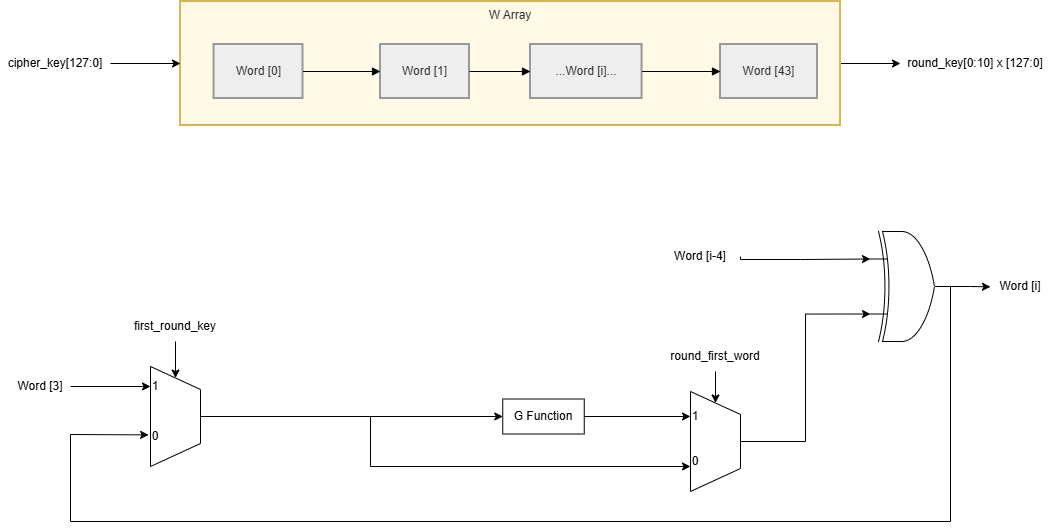
LQLManZz/AES128-Verilog keeps this draw.io diagram as media/AESKeyExpansionLowDes.png. Above is the earlier version. Source tidied: cells renumbered, new cells last; positions are measured from the earlier drawing's top-left corner, leaving out a move shared by most shapes.
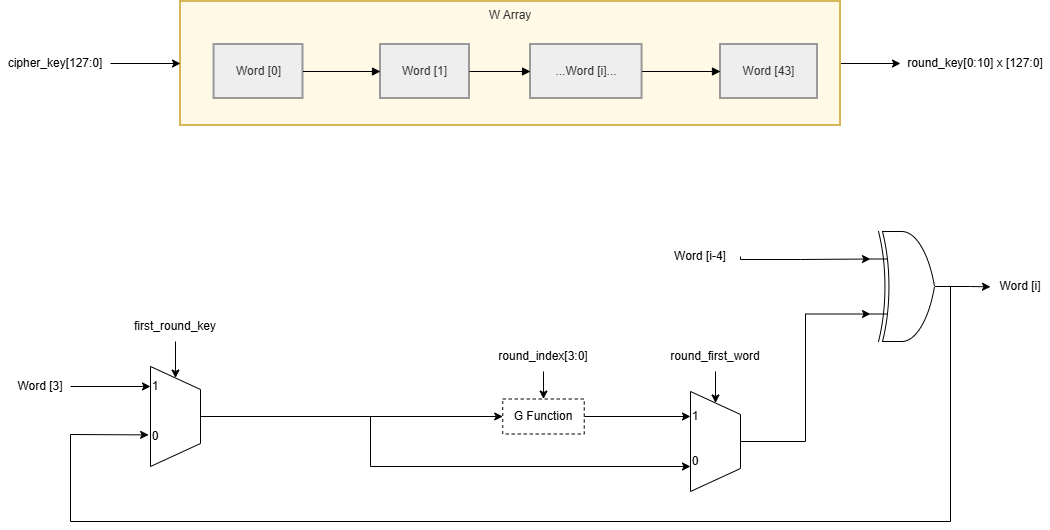
After the commit.

Commit message:
vault backup: 2026-06-16 16:16:46

The edit, as a diff of the source:
```diff
@@ -52,7 +52,7 @@
     <mxCell id="16" style="edgeStyle=orthogonalEdgeStyle;rounded=0;jettySize=auto;html=1;exitX=1;exitY=0.5;exitDx=0;exitDy=0;entryX=0.75;entryY=1;entryDx=0;entryDy=0;" parent="1" edge="1" source="17" target="18">
       <mxGeometry relative="1" as="geometry" />
     </mxCell>
-    <mxCell id="17" value="G Function" style="whiteSpace=wrap;html=1;" parent="1" vertex="1">
+    <mxCell id="17" value="G Function" style="whiteSpace=wrap;html=1;dashed=1;" parent="1" vertex="1">
       <mxGeometry x="502.2" y="397.5" width="81.5" height="35" as="geometry" />
     </mxCell>
     <mxCell id="18" style="verticalLabelPosition=middle;verticalAlign=middle;html=1;shape=trapezoid;perimeter=trapezoidPerimeter;whiteSpace=wrap;size=0.23;arcSize=10;flipV=1;labelPosition=center;align=center;legacyAnchorPoints=0;rotation=-90;" parent="1" vertex="1">
@@ -125,5 +125,11 @@
     <mxCell id="36" style="edgeStyle=orthogonalEdgeStyle;rounded=0;jettySize=auto;html=1;exitX=0.5;exitY=0;exitDx=0;exitDy=0;entryX=0;entryY=0.75;entryDx=0;entryDy=0;entryPerimeter=0;" parent="1" edge="1" source="18" target="20">
       <mxGeometry relative="1" as="geometry" />
     </mxCell>
+    <mxCell id="37" style="edgeStyle=orthogonalEdgeStyle;rounded=0;jettySize=auto;html=1;exitX=0.5;exitY=1;exitDx=0;exitDy=0;entryX=0.5;entryY=0;entryDx=0;entryDy=0;" parent="1" edge="1" source="38" target="17">
+      <mxGeometry relative="1" as="geometry" />
+    </mxCell>
+    <mxCell id="38" value="round_index[3:0]" style="text;html=1;whiteSpace=wrap;strokeColor=none;fillColor=none;align=center;verticalAlign=middle;rounded=0;" parent="1" vertex="1">
+      <mxGeometry x="493" y="340" width="100" height="30" as="geometry" />
+    </mxCell>
   </root>
 </mxGraphModel>
```
